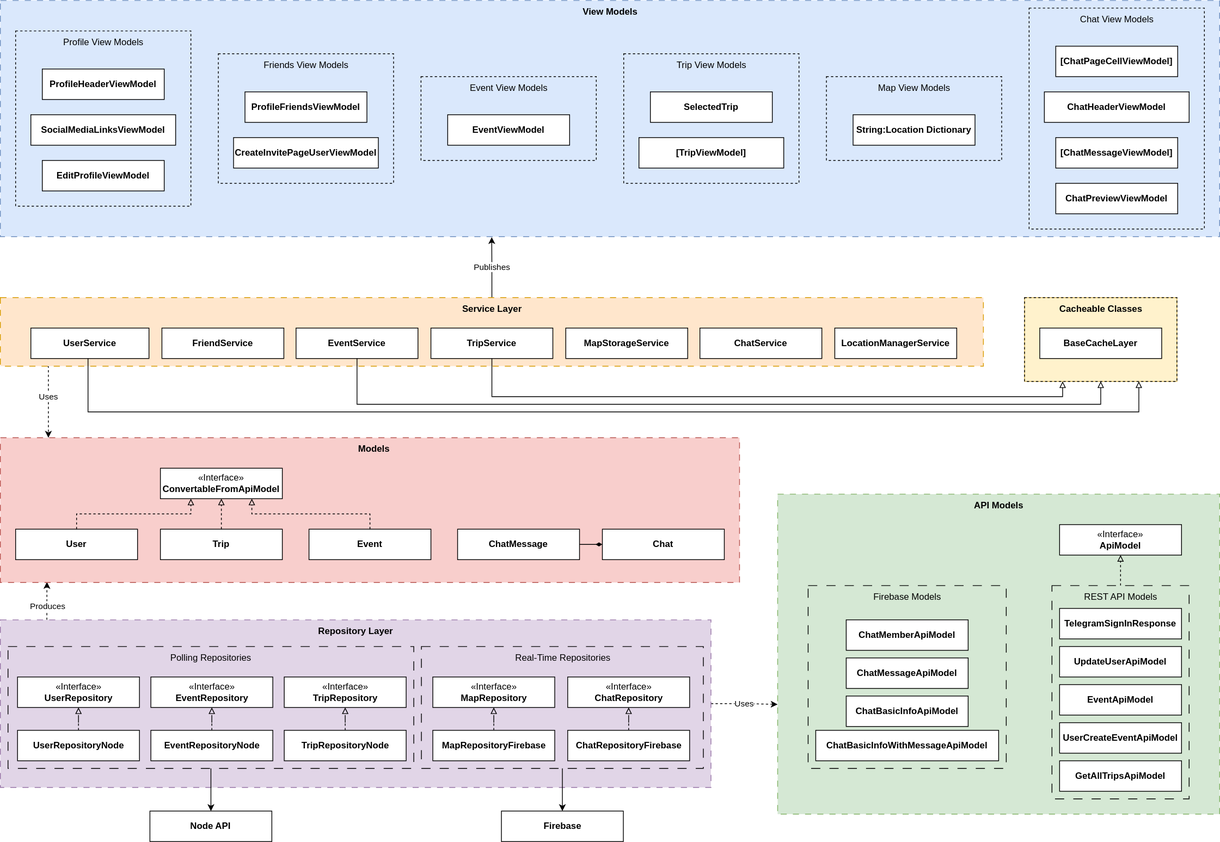
cs3217-2223/group-project-sotravel keeps this draw.io diagram as Sotravel/docs/diagrams/final-report/overall-architecture.svg. Above is the earlier version. Source tidied: cells renumbered, new cells last; positions are measured from the earlier drawing's top-left corner, leaving out a move shared by most shapes.
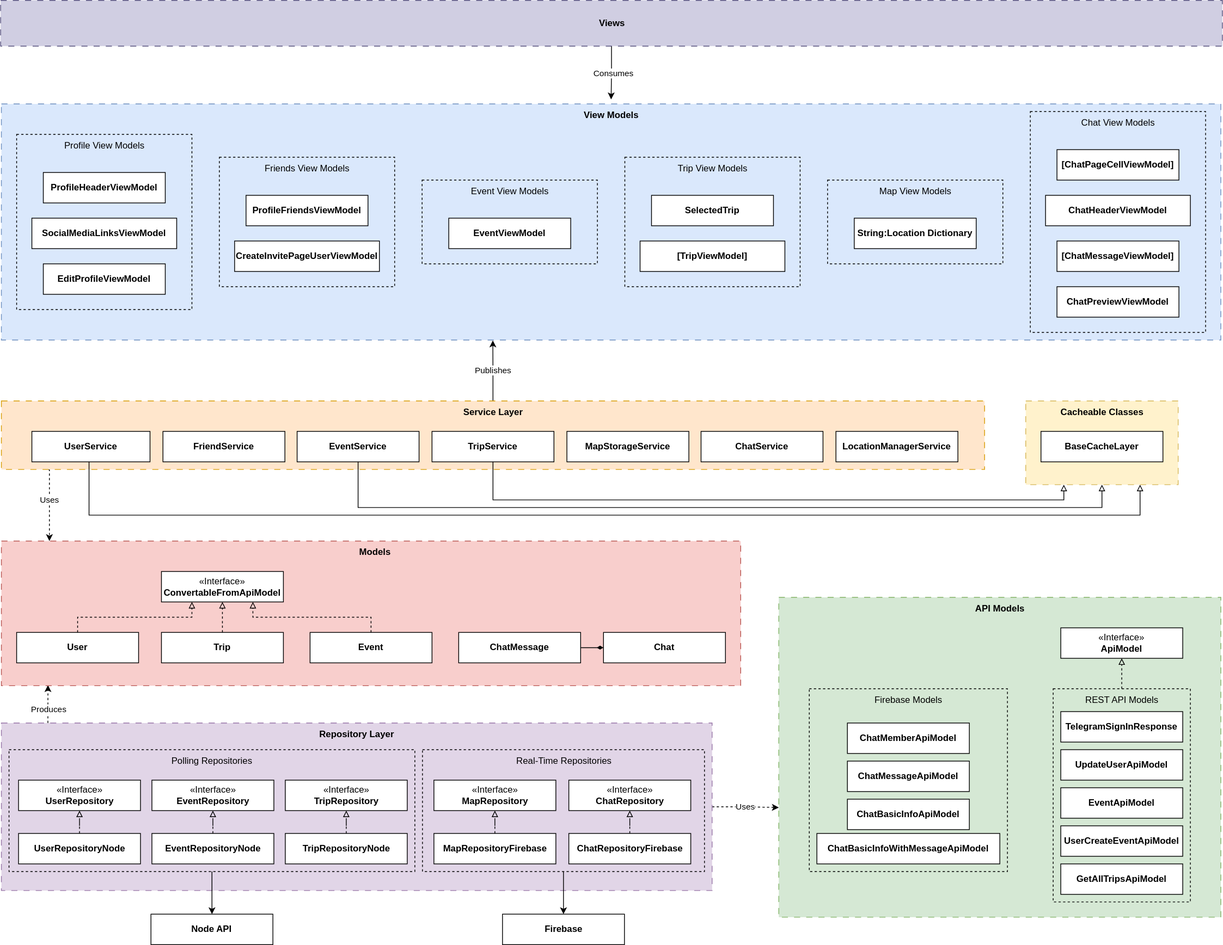
The same file after the commit.

Change to the diagram source:
```diff
@@ -22,13 +22,13 @@
     <mxCell id="6" style="edgeStyle=orthogonalEdgeStyle;rounded=0;jettySize=auto;html=1;entryX=0.5;entryY=0;entryDx=0;entryDy=0;" parent="1" edge="1" source="7" target="11">
       <mxGeometry relative="1" as="geometry" />
     </mxCell>
-    <mxCell id="7" style="whiteSpace=wrap;html=1;fillColor=none;dashed=1;dashPattern=12 12;" parent="1" vertex="1">
+    <mxCell id="7" style="whiteSpace=wrap;html=1;fillColor=none;dashed=1;" parent="1" vertex="1">
       <mxGeometry x="552.5" y="848" width="370" height="160" as="geometry" />
     </mxCell>
     <mxCell id="8" style="edgeStyle=orthogonalEdgeStyle;rounded=0;jettySize=auto;html=1;" parent="1" edge="1" source="9" target="10">
       <mxGeometry relative="1" as="geometry" />
     </mxCell>
-    <mxCell id="9" style="whiteSpace=wrap;html=1;fillColor=none;dashed=1;dashPattern=12 12;" parent="1" vertex="1">
+    <mxCell id="9" style="whiteSpace=wrap;html=1;fillColor=none;dashed=1;" parent="1" vertex="1">
       <mxGeometry x="10" y="848" width="532.5" height="160" as="geometry" />
     </mxCell>
     <mxCell id="10" value="&lt;b&gt;Node API&lt;br&gt;&lt;/b&gt;" style="html=1;whiteSpace=wrap;" parent="1" vertex="1">
@@ -37,18 +37,6 @@
     <mxCell id="11" value="&lt;b&gt;Firebase&lt;br&gt;&lt;/b&gt;" style="html=1;whiteSpace=wrap;" parent="1" vertex="1">
       <mxGeometry x="657.5" y="1064" width="160" height="40" as="geometry" />
     </mxCell>
-    <mxCell id="12" style="group;fillColor=#fff2cc;strokeColor=#d6b656;" parent="1" vertex="1">
-      <mxGeometry x="1344" y="390" width="200" height="110" as="geometry" />
-    </mxCell>
-    <mxCell id="13" style="rounded=0;whiteSpace=wrap;html=1;fillColor=none;dashed=1;" parent="12" vertex="1">
-      <mxGeometry width="200" height="110" as="geometry" />
-    </mxCell>
-    <mxCell id="14" value="&lt;b&gt;BaseCacheLayer&lt;br&gt;&lt;/b&gt;" style="html=1;whiteSpace=wrap;" parent="12" vertex="1">
-      <mxGeometry x="20" y="40" width="160" height="40" as="geometry" />
-    </mxCell>
-    <mxCell id="15" value="&lt;b&gt;Cacheable Classes&lt;/b&gt;" style="text;html=1;align=center;verticalAlign=middle;strokeColor=none;fillColor=none;" parent="12" vertex="1">
-      <mxGeometry x="35" width="130" height="30" as="geometry" />
-    </mxCell>
     <mxCell id="16" value="«Interface»&lt;br&gt;&lt;b&gt;UserRepository&lt;br&gt;&lt;/b&gt;" style="html=1;whiteSpace=wrap;" parent="1" vertex="1">
       <mxGeometry x="22.5" y="888" width="160" height="40" as="geometry" />
     </mxCell>
@@ -133,7 +121,7 @@
     <mxCell id="43" value="«Interface»&lt;br style=&quot;border-color: var(--border-color);&quot;&gt;&lt;b style=&quot;border-color: var(--border-color);&quot;&gt;ApiModel&lt;/b&gt;&lt;b&gt;&lt;br&gt;&lt;/b&gt;" style="html=1;whiteSpace=wrap;" parent="1" vertex="1">
       <mxGeometry x="1390" y="688" width="160" height="40" as="geometry" />
     </mxCell>
-    <mxCell id="44" style="whiteSpace=wrap;html=1;fillColor=none;dashed=1;dashPattern=12 12;" parent="1" vertex="1">
+    <mxCell id="44" style="whiteSpace=wrap;html=1;fillColor=none;dashed=1;" parent="1" vertex="1">
       <mxGeometry x="1380" y="768" width="180" height="280" as="geometry" />
     </mxCell>
     <mxCell id="45" style="edgeStyle=orthogonalEdgeStyle;rounded=0;jettySize=auto;html=1;endArrow=block;endFill=0;dashed=1;" parent="1" edge="1" source="46" target="43">
@@ -142,7 +130,7 @@
     <mxCell id="46" value="REST API Models" style="text;html=1;align=center;verticalAlign=middle;points=[];strokeColor=none;fillColor=none;" parent="1" vertex="1">
       <mxGeometry x="1410" y="768" width="120" height="30" as="geometry" />
     </mxCell>
-    <mxCell id="47" style="whiteSpace=wrap;html=1;fillColor=none;dashed=1;dashPattern=12 12;" parent="1" vertex="1">
+    <mxCell id="47" style="whiteSpace=wrap;html=1;fillColor=none;dashed=1;" parent="1" vertex="1">
       <mxGeometry x="1060" y="768" width="260" height="240" as="geometry" />
     </mxCell>
     <mxCell id="48" value="Firebase Models" style="text;html=1;align=center;verticalAlign=middle;strokeColor=none;fillColor=none;" parent="1" vertex="1">
@@ -287,8 +275,9 @@
     <mxCell id="93" value="&lt;b&gt;ChatService&lt;br&gt;&lt;/b&gt;" style="html=1;whiteSpace=wrap;" parent="1" vertex="1">
       <mxGeometry x="918" y="430" width="160" height="40" as="geometry" />
     </mxCell>
-    <mxCell id="94" style="edgeStyle=orthogonalEdgeStyle;rounded=0;jettySize=auto;html=1;entryX=0.75;entryY=1;entryDx=0;entryDy=0;endArrow=block;endFill=0;" parent="1" edge="1" source="95" target="13">
+    <mxCell id="94" style="edgeStyle=orthogonalEdgeStyle;rounded=0;jettySize=auto;html=1;entryX=0.75;entryY=1;entryDx=0;entryDy=0;endArrow=block;endFill=0;" parent="1" edge="1" source="95">
       <mxGeometry relative="1" as="geometry">
+        <mxPoint x="1494" y="500" as="targetPoint" />
         <Array as="points">
           <mxPoint x="115" y="540" />
           <mxPoint x="1494" y="540" />
@@ -298,8 +287,9 @@
     <mxCell id="95" value="&lt;b&gt;UserService&lt;br&gt;&lt;/b&gt;" style="html=1;whiteSpace=wrap;" parent="1" vertex="1">
       <mxGeometry x="40" y="430" width="155" height="40" as="geometry" />
     </mxCell>
-    <mxCell id="96" style="edgeStyle=orthogonalEdgeStyle;rounded=0;jettySize=auto;html=1;entryX=0.5;entryY=1;entryDx=0;entryDy=0;endArrow=block;endFill=0;" parent="1" edge="1" source="97" target="13">
+    <mxCell id="96" style="edgeStyle=orthogonalEdgeStyle;rounded=0;jettySize=auto;html=1;entryX=0.5;entryY=1;entryDx=0;entryDy=0;endArrow=block;endFill=0;" parent="1" edge="1" source="97">
       <mxGeometry relative="1" as="geometry">
+        <mxPoint x="1444" y="500" as="targetPoint" />
         <Array as="points">
           <mxPoint x="468" y="530" />
           <mxPoint x="1444" y="530" />
@@ -309,8 +299,9 @@
     <mxCell id="97" value="&lt;b&gt;EventService&lt;br&gt;&lt;/b&gt;" style="html=1;whiteSpace=wrap;" parent="1" vertex="1">
       <mxGeometry x="388" y="430" width="160" height="40" as="geometry" />
     </mxCell>
-    <mxCell id="98" style="edgeStyle=orthogonalEdgeStyle;rounded=0;jettySize=auto;html=1;entryX=0.25;entryY=1;entryDx=0;entryDy=0;endArrow=block;endFill=0;" parent="1" edge="1" source="99" target="13">
+    <mxCell id="98" style="edgeStyle=orthogonalEdgeStyle;rounded=0;jettySize=auto;html=1;entryX=0.25;entryY=1;entryDx=0;entryDy=0;endArrow=block;endFill=0;" parent="1" edge="1" source="99">
       <mxGeometry relative="1" as="geometry">
+        <mxPoint x="1394" y="500" as="targetPoint" />
         <Array as="points">
           <mxPoint x="645" y="520" />
           <mxPoint x="1394" y="520" />
@@ -375,5 +366,33 @@
     <mxCell id="114" style="edgeStyle=orthogonalEdgeStyle;rounded=0;jettySize=auto;html=1;entryX=0.5;entryY=1;entryDx=0;entryDy=0;dashed=1;endArrow=block;endFill=0;" parent="102" edge="1" source="109" target="111">
       <mxGeometry relative="1" as="geometry" />
     </mxCell>
+    <mxCell id="115" style="edgeStyle=orthogonalEdgeStyle;rounded=0;jettySize=auto;html=1;" parent="1" edge="1" source="117">
+      <mxGeometry relative="1" as="geometry">
+        <mxPoint x="800" y="-6" as="targetPoint" />
+      </mxGeometry>
+    </mxCell>
+    <mxCell id="116" value="Consumes" style="edgeLabel;html=1;align=center;verticalAlign=middle;" parent="115" vertex="1">
+      <mxGeometry x="-0.01" y="-1" relative="1" as="geometry">
+        <mxPoint x="2" y="1" as="offset" />
+      </mxGeometry>
+    </mxCell>
+    <mxCell id="117" style="rounded=0;whiteSpace=wrap;html=1;fillColor=#d0cee2;strokeColor=#56517e;dashed=1;dashPattern=8 8;" parent="1" vertex="1">
+      <mxGeometry x="-1" y="-136" width="1603" height="60" as="geometry" />
+    </mxCell>
+    <mxCell id="118" value="Views" style="text;html=1;align=center;verticalAlign=middle;strokeColor=none;fillColor=none;fontStyle=1;" parent="1" vertex="1">
+      <mxGeometry x="770.5" y="-121" width="60" height="30" as="geometry" />
+    </mxCell>
+    <mxCell id="119" style="group;" parent="1" vertex="1">
+      <mxGeometry x="1344" y="390" width="200" height="110" as="geometry" />
+    </mxCell>
+    <mxCell id="12" style="group;fillColor=#fff2cc;strokeColor=#d6b656;dashed=1;dashPattern=8 8;" parent="119" vertex="1">
+      <mxGeometry width="200" height="110" as="geometry" />
+    </mxCell>
+    <mxCell id="14" value="&lt;b&gt;BaseCacheLayer&lt;br&gt;&lt;/b&gt;" style="html=1;whiteSpace=wrap;" parent="119" vertex="1">
+      <mxGeometry x="20" y="40" width="160" height="40" as="geometry" />
+    </mxCell>
+    <mxCell id="15" value="&lt;b&gt;Cacheable Classes&lt;/b&gt;" style="text;html=1;align=center;verticalAlign=middle;strokeColor=none;fillColor=none;" parent="119" vertex="1">
+      <mxGeometry x="35" width="130" height="30" as="geometry" />
+    </mxCell>
   </root>
 </mxGraphModel>
```
